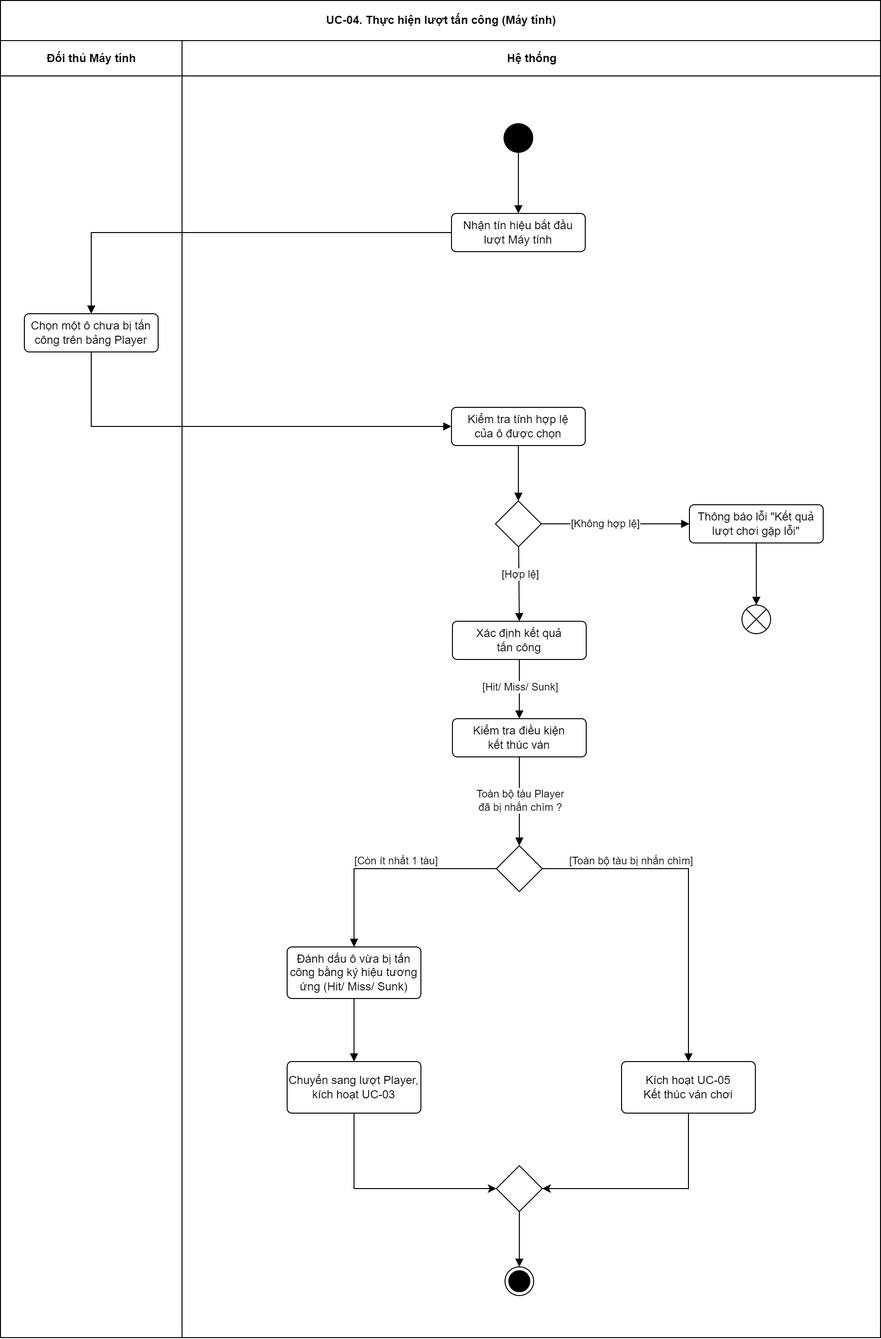
50nwoS-TVLA/CNPM_Thu3Ca1TH_Thu2Ca2LT_Nhom3_BaiTap2 keeps this draw.io diagram as document/activity-diagram/UC-04-activity-diagram.png. Above is the earlier version. Source tidied: cells renumbered, new cells last; positions are measured from the earlier drawing's top-left corner, leaving out a move shared by most shapes.
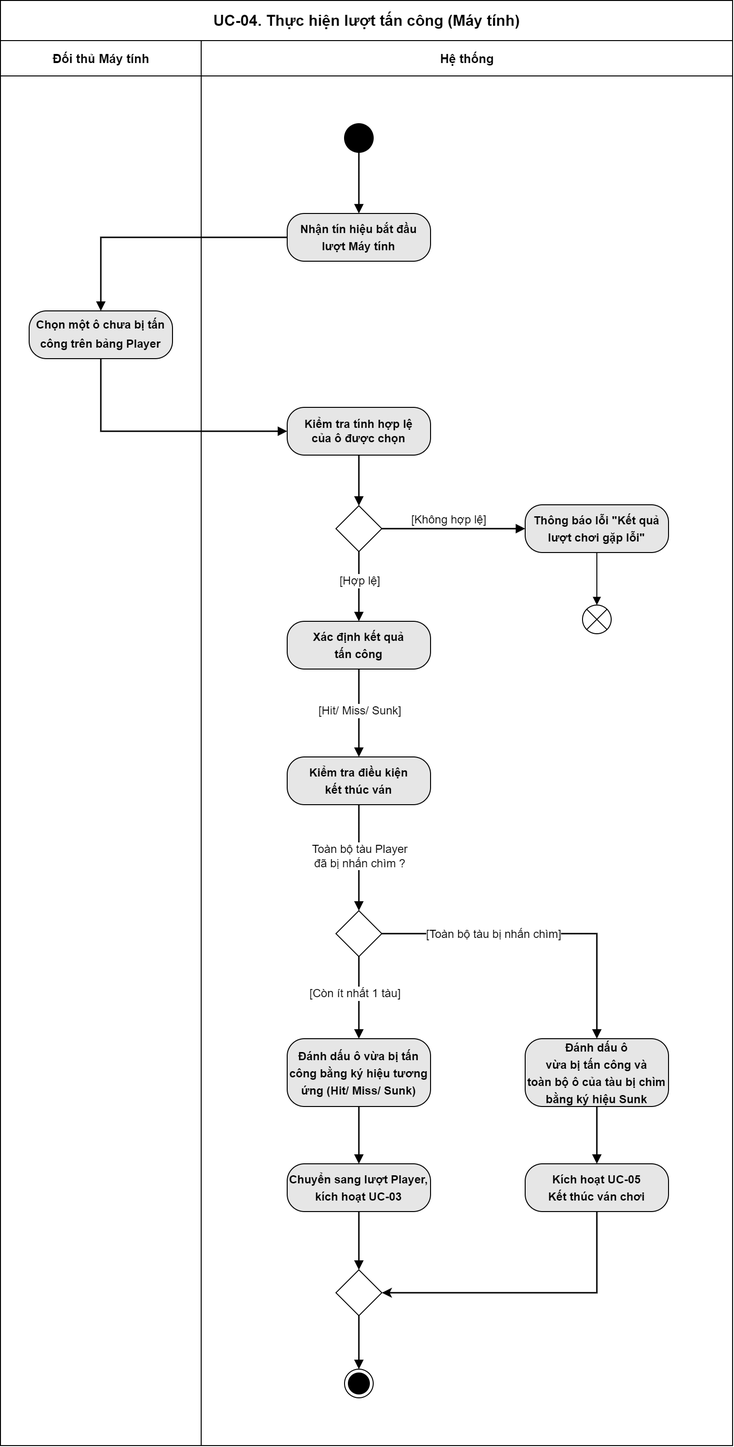
After the commit.

Change to the diagram source:
```diff
@@ -2,128 +2,136 @@
   <root>
     <mxCell id="0" />
     <mxCell id="1" parent="0" />
-    <mxCell id="2" value="UC-04. Thực hiện lượt tấn công (Máy tính)" style="swimlane;startSize=42;html=1;" parent="1" vertex="1">
-      <mxGeometry width="921" height="1400" as="geometry" />
+    <mxCell id="2" value="&lt;font style=&quot;font-size: 16px;&quot;&gt;UC-04. Thực hiện lượt tấn công (Máy tính)&lt;/font&gt;" style="swimlane;startSize=42;html=1;" parent="1" vertex="1">
+      <mxGeometry width="766" height="1513" as="geometry" />
     </mxCell>
-    <mxCell id="3" value="Đối thủ Máy tính" style="swimlane;startSize=37;html=1;swimlaneFillColor=default;" parent="2" vertex="1">
-      <mxGeometry y="42" width="190" height="1358" as="geometry" />
+    <mxCell id="3" value="&lt;font style=&quot;font-size: 13px;&quot;&gt;Đối thủ Máy tính&lt;/font&gt;" style="swimlane;startSize=37;html=1;swimlaneFillColor=default;" parent="2" vertex="1">
+      <mxGeometry y="42" width="210" height="1471" as="geometry" />
     </mxCell>
-    <mxCell id="4" value="&lt;p&gt;Chọn một ô chưa bị tấn công trên bảng Player&lt;/p&gt;" style="html=1;align=center;verticalAlign=middle;rounded=1;absoluteArcSize=1;arcSize=10;dashed=0;whiteSpace=wrap;" parent="3" vertex="1">
-      <mxGeometry x="25" y="286" width="140" height="40" as="geometry" />
+    <mxCell id="4" value="&lt;p style=&quot;line-height: 160%;&quot;&gt;Chọn một ô chưa bị tấn công trên bảng Player&lt;/p&gt;" style="html=1;align=center;verticalAlign=middle;rounded=1;absoluteArcSize=1;arcSize=36;dashed=0;whiteSpace=wrap;fillColor=#E6E6E6;fontStyle=1;fontFamily=Helvetica;fontSize=12;autosizeText=0;labelBackgroundColor=none;fontColor=default;" parent="3" vertex="1">
+      <mxGeometry x="30" y="283" width="150" height="50" as="geometry" />
     </mxCell>
-    <mxCell id="5" value="Hệ thống" style="swimlane;startSize=37;html=1;swimlaneFillColor=default;" parent="2" vertex="1">
-      <mxGeometry x="190" y="42" width="731" height="1358" as="geometry" />
+    <mxCell id="5" value="&lt;font style=&quot;font-size: 13px;&quot;&gt;Hệ thống&lt;/font&gt;" style="swimlane;startSize=37;html=1;swimlaneFillColor=default;" parent="2" vertex="1">
+      <mxGeometry x="210" y="42" width="556" height="1471" as="geometry" />
     </mxCell>
     <mxCell id="6" style="ellipse;fillColor=strokeColor;html=1;" parent="5" vertex="1">
-      <mxGeometry x="337" y="87" width="30" height="30" as="geometry" />
+      <mxGeometry x="150" y="87" width="30" height="30" as="geometry" />
     </mxCell>
     <mxCell id="7" style="shape=sumEllipse;perimeter=ellipsePerimeter;html=1;backgroundOutline=1;" parent="5" vertex="1">
-      <mxGeometry x="586" y="591" width="30" height="30" as="geometry" />
+      <mxGeometry x="399" y="591" width="30" height="30" as="geometry" />
     </mxCell>
-    <mxCell id="8" value="&lt;p&gt;Thông báo lỗi &quot;Kết quả lượt chơi gặp lỗi&quot;&lt;/p&gt;" style="html=1;align=center;verticalAlign=middle;rounded=1;absoluteArcSize=1;arcSize=10;dashed=0;whiteSpace=wrap;" parent="5" vertex="1">
-      <mxGeometry x="531" y="486" width="140" height="40" as="geometry" />
+    <mxCell id="8" value="&lt;p style=&quot;line-height: 150%;&quot;&gt;Thông báo lỗi &quot;Kết quả lượt chơi gặp lỗi&quot;&lt;/p&gt;" style="html=1;align=center;verticalAlign=middle;rounded=1;absoluteArcSize=1;arcSize=36;dashed=0;whiteSpace=wrap;fillColor=#E6E6E6;fontStyle=1;fontFamily=Helvetica;fontSize=12;autosizeText=0;labelBackgroundColor=none;" parent="5" vertex="1">
+      <mxGeometry x="339" y="486" width="150" height="50" as="geometry" />
     </mxCell>
     <mxCell id="9" style="rounded=0;jettySize=auto;html=1;entryX=0.5;entryY=0;entryDx=0;entryDy=0;endArrow=block;endFill=1;exitX=0.5;exitY=1;exitDx=0;exitDy=0;" parent="5" edge="1" source="8" target="7">
       <mxGeometry relative="1" as="geometry" />
     </mxCell>
     <mxCell id="10" style="rhombus;whiteSpace=wrap;html=1;" parent="5" vertex="1">
-      <mxGeometry x="328" y="482" width="48" height="48" as="geometry" />
+      <mxGeometry x="141" y="487" width="48" height="48" as="geometry" />
     </mxCell>
-    <mxCell id="11" style="rounded=0;jettySize=auto;html=1;entryX=0;entryY=0.5;entryDx=0;entryDy=0;endArrow=block;endFill=1;" parent="5" edge="1" source="10" target="8">
+    <mxCell id="11" style="rounded=0;jettySize=auto;html=1;entryX=0;entryY=0.5;entryDx=0;entryDy=0;endArrow=block;endFill=1;strokeWidth=1.5;" parent="5" edge="1" source="10" target="8">
       <mxGeometry relative="1" as="geometry" />
     </mxCell>
-    <mxCell id="12" value="[Không hợp lệ]" style="edgeLabel;html=1;align=center;verticalAlign=middle;" parent="11" vertex="1">
+    <mxCell id="12" value="[Không hợp lệ]" style="edgeLabel;html=1;align=center;verticalAlign=middle;fontSize=12;fontStyle=0;" parent="11" vertex="1">
       <mxGeometry x="-0.2" y="-1" relative="1" as="geometry">
-        <mxPoint x="3" y="-2" as="offset" />
+        <mxPoint x="9" y="-11" as="offset" />
       </mxGeometry>
     </mxCell>
-    <mxCell id="13" value="Xác định kết quả &lt;br&gt;tấn công" style="html=1;align=center;verticalAlign=middle;rounded=1;absoluteArcSize=1;arcSize=10;dashed=0;whiteSpace=wrap;" parent="5" vertex="1">
-      <mxGeometry x="283" y="608" width="140" height="40" as="geometry" />
+    <mxCell id="13" value="&lt;div style=&quot;line-height: 150%;&quot;&gt;Xác định kết quả &lt;br&gt;tấn công&lt;/div&gt;" style="html=1;align=center;verticalAlign=middle;rounded=1;absoluteArcSize=1;arcSize=36;dashed=0;whiteSpace=wrap;fillColor=#E6E6E6;fontStyle=1;fontFamily=Helvetica;fontSize=12;autosizeText=0;labelBackgroundColor=none;" parent="5" vertex="1">
+      <mxGeometry x="90" y="608" width="150" height="50" as="geometry" />
     </mxCell>
-    <mxCell id="14" style="rounded=0;jettySize=auto;html=1;entryX=0.5;entryY=0;entryDx=0;entryDy=0;endArrow=block;endFill=1;" parent="5" edge="1" source="10" target="13">
+    <mxCell id="14" style="rounded=0;jettySize=auto;html=1;entryX=0.5;entryY=0;entryDx=0;entryDy=0;endArrow=block;endFill=1;strokeWidth=1.5;" parent="5" edge="1" source="10" target="13">
       <mxGeometry relative="1" as="geometry" />
     </mxCell>
-    <mxCell id="15" value="[Hợp lệ]" style="edgeLabel;html=1;align=center;verticalAlign=middle;" parent="14" vertex="1">
-      <mxGeometry x="-0.31" relative="1" as="geometry" />
+    <mxCell id="15" value="[Hợp lệ]" style="edgeLabel;html=1;align=center;verticalAlign=middle;fontSize=12;fontStyle=0;" parent="14" vertex="1">
+      <mxGeometry x="-0.31" relative="1" as="geometry">
+        <mxPoint y="5" as="offset" />
+      </mxGeometry>
     </mxCell>
     <mxCell id="16" style="rhombus;whiteSpace=wrap;html=1;" parent="5" vertex="1">
-      <mxGeometry x="329" y="843" width="48" height="48" as="geometry" />
+      <mxGeometry x="141" y="911" width="48" height="48" as="geometry" />
     </mxCell>
-    <mxCell id="17" style="rounded=0;jettySize=auto;html=1;exitX=1;exitY=0.5;exitDx=0;exitDy=0;endArrow=block;endFill=1;entryX=0.5;entryY=0;entryDx=0;entryDy=0;edgeStyle=orthogonalEdgeStyle;" parent="5" edge="1" source="16" target="32">
+    <mxCell id="17" style="rounded=0;jettySize=auto;html=1;exitX=1;exitY=0.5;exitDx=0;exitDy=0;endArrow=block;endFill=1;entryX=0.5;entryY=0;entryDx=0;entryDy=0;edgeStyle=orthogonalEdgeStyle;strokeWidth=1.5;" parent="5" edge="1" source="16" target="36">
       <mxGeometry relative="1" as="geometry" />
     </mxCell>
-    <mxCell id="18" value="[Toàn bộ tàu bị nhấn chìm]" style="edgeLabel;html=1;align=center;verticalAlign=middle;" parent="17" vertex="1">
+    <mxCell id="18" value="[Toàn bộ tàu bị nhấn chìm]" style="edgeLabel;html=1;align=center;verticalAlign=middle;fontSize=12;fontStyle=0;" parent="17" vertex="1">
       <mxGeometry x="-0.5" y="3" relative="1" as="geometry">
-        <mxPoint x="2" y="-6" as="offset" />
+        <mxPoint x="31" y="3" as="offset" />
       </mxGeometry>
     </mxCell>
-    <mxCell id="19" style="rounded=0;jettySize=auto;html=1;entryX=0.5;entryY=0;entryDx=0;entryDy=0;endArrow=block;endFill=1;exitX=0;exitY=0.5;exitDx=0;exitDy=0;edgeStyle=orthogonalEdgeStyle;" parent="5" edge="1" source="16" target="27">
+    <mxCell id="19" style="rounded=0;jettySize=auto;html=1;entryX=0.5;entryY=0;entryDx=0;entryDy=0;endArrow=block;endFill=1;exitX=0.5;exitY=1;exitDx=0;exitDy=0;strokeWidth=1.5;" parent="5" edge="1" source="16" target="27">
       <mxGeometry relative="1" as="geometry" />
     </mxCell>
-    <mxCell id="20" value="[Còn ít nhất 1 tàu]" style="edgeLabel;html=1;align=center;verticalAlign=middle;" parent="19" vertex="1">
+    <mxCell id="20" value="[Còn ít nhất 1 tàu]" style="edgeLabel;html=1;align=center;verticalAlign=middle;fontSize=12;fontStyle=0;" parent="19" vertex="1">
       <mxGeometry x="-0.23" y="-1" relative="1" as="geometry">
-        <mxPoint x="-16" y="-8" as="offset" />
+        <mxPoint x="-4" y="5" as="offset" />
       </mxGeometry>
     </mxCell>
-    <mxCell id="21" style="rounded=0;jettySize=auto;html=1;entryX=0.5;entryY=0;entryDx=0;entryDy=0;endArrow=block;endFill=1;" parent="5" edge="1" source="23" target="16">
+    <mxCell id="21" style="rounded=0;jettySize=auto;html=1;entryX=0.5;entryY=0;entryDx=0;entryDy=0;endArrow=block;endFill=1;strokeWidth=1.5;" parent="5" edge="1" source="23" target="16">
       <mxGeometry relative="1" as="geometry" />
     </mxCell>
-    <mxCell id="22" value="Toàn bộ tàu Player &lt;br&gt;đã bị nhấn chìm ?" style="edgeLabel;html=1;align=center;verticalAlign=middle;" parent="21" vertex="1">
+    <mxCell id="22" value="Toàn bộ tàu Player &lt;br&gt;đã bị nhấn chìm ?" style="edgeLabel;html=1;align=center;verticalAlign=middle;fontSize=12;fontStyle=0;" parent="21" vertex="1">
       <mxGeometry x="-0.05" relative="1" as="geometry" />
     </mxCell>
-    <mxCell id="23" value="Kiểm tra điều kiện &lt;br&gt;kết thúc ván" style="html=1;align=center;verticalAlign=middle;rounded=1;absoluteArcSize=1;arcSize=10;dashed=0;whiteSpace=wrap;" parent="5" vertex="1">
-      <mxGeometry x="283" y="710" width="140" height="40" as="geometry" />
+    <mxCell id="23" value="&lt;div style=&quot;line-height: 150%;&quot;&gt;Kiểm tra điều kiện &lt;br&gt;kết thúc ván&lt;/div&gt;" style="html=1;align=center;verticalAlign=middle;rounded=1;absoluteArcSize=1;arcSize=36;dashed=0;whiteSpace=wrap;fillColor=#E6E6E6;fontStyle=1;fontFamily=Helvetica;fontSize=12;autosizeText=0;labelBackgroundColor=none;" parent="5" vertex="1">
+      <mxGeometry x="90" y="750" width="150" height="50" as="geometry" />
     </mxCell>
-    <mxCell id="24" style="rounded=0;jettySize=auto;html=1;entryX=0.5;entryY=0;entryDx=0;entryDy=0;endArrow=block;endFill=1;" parent="5" edge="1" source="13" target="23">
+    <mxCell id="24" style="rounded=0;jettySize=auto;html=1;entryX=0.5;entryY=0;entryDx=0;entryDy=0;endArrow=block;endFill=1;strokeWidth=1.5;" parent="5" edge="1" source="13" target="23">
       <mxGeometry relative="1" as="geometry" />
     </mxCell>
-    <mxCell id="25" value="[Hit/ Miss/ Sunk]" style="edgeLabel;html=1;align=center;verticalAlign=middle;" parent="24" vertex="1">
+    <mxCell id="25" value="[Hit/ Miss/ Sunk]" style="edgeLabel;html=1;align=center;verticalAlign=middle;fontSize=12;fontStyle=0;" parent="24" vertex="1">
       <mxGeometry x="-0.08" relative="1" as="geometry" />
     </mxCell>
-    <mxCell id="26" style="edgeStyle=orthogonalEdgeStyle;rounded=0;jettySize=auto;html=1;entryX=0.5;entryY=0;entryDx=0;entryDy=0;endArrow=block;endFill=1;" parent="5" edge="1" source="27" target="34">
+    <mxCell id="26" style="edgeStyle=orthogonalEdgeStyle;rounded=0;jettySize=auto;html=1;entryX=0.5;entryY=0;entryDx=0;entryDy=0;endArrow=block;endFill=1;strokeWidth=1.5;" parent="5" edge="1" source="27" target="34">
       <mxGeometry relative="1" as="geometry" />
     </mxCell>
-    <mxCell id="27" value="Đánh dấu ô vừa bị tấn công bằng ký hiệu tương ứng (Hit/ Miss/ Sunk)" style="html=1;align=center;verticalAlign=middle;rounded=1;absoluteArcSize=1;arcSize=10;dashed=0;whiteSpace=wrap;" parent="5" vertex="1">
-      <mxGeometry x="110" y="949" width="140" height="54" as="geometry" />
+    <mxCell id="27" value="&lt;div style=&quot;line-height: 150%;&quot;&gt;Đánh dấu ô vừa bị tấn công bằng ký hiệu tương ứng (Hit/ Miss/ Sunk)&lt;/div&gt;" style="html=1;align=center;verticalAlign=middle;rounded=1;absoluteArcSize=1;arcSize=36;dashed=0;whiteSpace=wrap;fillColor=#E6E6E6;fontStyle=1;fontFamily=Helvetica;fontSize=12;autosizeText=0;labelBackgroundColor=none;" parent="5" vertex="1">
+      <mxGeometry x="90" y="1045" width="150" height="71" as="geometry" />
     </mxCell>
     <mxCell id="28" style="ellipse;html=1;shape=endState;fillColor=strokeColor;" parent="5" vertex="1">
-      <mxGeometry x="338" y="1284" width="30" height="30" as="geometry" />
+      <mxGeometry x="150" y="1391" width="30" height="30" as="geometry" />
     </mxCell>
     <mxCell id="29" style="rhombus;whiteSpace=wrap;html=1;" parent="5" vertex="1">
-      <mxGeometry x="329" y="1178" width="48" height="48" as="geometry" />
+      <mxGeometry x="141" y="1287" width="48" height="48" as="geometry" />
     </mxCell>
-    <mxCell id="30" style="rounded=0;jettySize=auto;html=1;entryX=0.5;entryY=0;entryDx=0;entryDy=0;endArrow=block;endFill=1;" parent="5" edge="1" source="29" target="28">
+    <mxCell id="30" style="rounded=0;jettySize=auto;html=1;entryX=0.5;entryY=0;entryDx=0;entryDy=0;endArrow=block;endFill=1;strokeWidth=1.5;" parent="5" edge="1" source="29" target="28">
       <mxGeometry relative="1" as="geometry" />
     </mxCell>
-    <mxCell id="31" style="rounded=0;jettySize=auto;html=1;entryX=1;entryY=0.5;entryDx=0;entryDy=0;exitX=0.5;exitY=1;exitDx=0;exitDy=0;edgeStyle=orthogonalEdgeStyle;" parent="5" edge="1" source="32" target="29">
+    <mxCell id="31" style="rounded=0;jettySize=auto;html=1;entryX=1;entryY=0.5;entryDx=0;entryDy=0;exitX=0.5;exitY=1;exitDx=0;exitDy=0;edgeStyle=orthogonalEdgeStyle;strokeWidth=1.5;" parent="5" edge="1" source="32" target="29">
       <mxGeometry relative="1" as="geometry" />
     </mxCell>
-    <mxCell id="32" value="Kích hoạt UC-05&lt;br&gt;Kết thúc ván chơi" style="html=1;align=center;verticalAlign=middle;rounded=1;absoluteArcSize=1;arcSize=10;dashed=0;whiteSpace=wrap;" parent="5" vertex="1">
-      <mxGeometry x="460" y="1069" width="140" height="54" as="geometry" />
+    <mxCell id="32" value="&lt;div style=&quot;line-height: 150%;&quot;&gt;Kích hoạt UC-05&lt;br&gt;Kết thúc ván chơi&lt;/div&gt;" style="html=1;align=center;verticalAlign=middle;rounded=1;absoluteArcSize=1;arcSize=36;dashed=0;whiteSpace=wrap;fillColor=#E6E6E6;fontStyle=1;fontFamily=Helvetica;fontSize=12;autosizeText=0;labelBackgroundColor=none;" parent="5" vertex="1">
+      <mxGeometry x="339" y="1176" width="150" height="50" as="geometry" />
     </mxCell>
-    <mxCell id="33" style="edgeStyle=orthogonalEdgeStyle;rounded=0;jettySize=auto;html=1;entryX=0;entryY=0.5;entryDx=0;entryDy=0;exitX=0.5;exitY=1;exitDx=0;exitDy=0;" parent="5" edge="1" source="34" target="29">
+    <mxCell id="33" style="rounded=0;jettySize=auto;html=1;entryX=0.5;entryY=0;entryDx=0;entryDy=0;exitX=0.5;exitY=1;exitDx=0;exitDy=0;strokeWidth=1.5;endArrow=block;endFill=1;" parent="5" edge="1" source="34" target="29">
       <mxGeometry relative="1" as="geometry" />
     </mxCell>
-    <mxCell id="34" value="Chuyển sang lượt Player, kích hoạt UC-03" style="html=1;align=center;verticalAlign=middle;rounded=1;absoluteArcSize=1;arcSize=10;dashed=0;whiteSpace=wrap;" parent="5" vertex="1">
-      <mxGeometry x="110" y="1069" width="140" height="54" as="geometry" />
+    <mxCell id="34" value="&lt;div style=&quot;line-height: 150%;&quot;&gt;Chuyển sang lượt Player, kích hoạt UC-03&lt;/div&gt;" style="html=1;align=center;verticalAlign=middle;rounded=1;absoluteArcSize=1;arcSize=36;dashed=0;whiteSpace=wrap;fillColor=#E6E6E6;fontStyle=1;fontFamily=Helvetica;fontSize=12;autosizeText=0;labelBackgroundColor=none;" parent="5" vertex="1">
+      <mxGeometry x="90" y="1176" width="150" height="50" as="geometry" />
     </mxCell>
-    <mxCell id="35" style="rounded=0;jettySize=auto;html=1;entryX=0;entryY=0.5;entryDx=0;entryDy=0;endArrow=block;endFill=1;exitX=0.5;exitY=1;exitDx=0;exitDy=0;edgeStyle=orthogonalEdgeStyle;" parent="1" edge="1" source="4" target="39">
+    <mxCell id="35" style="edgeStyle=orthogonalEdgeStyle;rounded=0;jettySize=auto;html=1;entryX=0.5;entryY=0;entryDx=0;entryDy=0;strokeWidth=1.5;endArrow=block;endFill=1;" parent="5" edge="1" source="36" target="32">
       <mxGeometry relative="1" as="geometry" />
     </mxCell>
-    <mxCell id="36" value="&lt;p&gt;Nhận tín hiệu bắt đầu lượt Máy tính&lt;/p&gt;" style="html=1;align=center;verticalAlign=middle;rounded=1;absoluteArcSize=1;arcSize=10;dashed=0;whiteSpace=wrap;" parent="1" vertex="1">
-      <mxGeometry x="472" y="223" width="140" height="40" as="geometry" />
+    <mxCell id="36" value="&lt;div style=&quot;line-height: 150%;&quot;&gt;Đánh dấu ô &lt;br&gt;vừa bị tấn công và &lt;br&gt;toàn bộ ô của tàu bị chìm &lt;br&gt;bằng ký hiệu Sunk&lt;/div&gt;" style="html=1;align=center;verticalAlign=middle;rounded=1;absoluteArcSize=1;arcSize=36;dashed=0;whiteSpace=wrap;fillColor=#E6E6E6;fontStyle=1;fontFamily=Helvetica;fontSize=12;autosizeText=0;labelBackgroundColor=none;" parent="5" vertex="1">
+      <mxGeometry x="339" y="1045" width="150" height="71" as="geometry" />
     </mxCell>
-    <mxCell id="37" style="rounded=0;jettySize=auto;html=1;entryX=0.5;entryY=0;entryDx=0;entryDy=0;endArrow=block;endFill=1;exitX=0.5;exitY=1;exitDx=0;exitDy=0;" parent="1" edge="1" source="6" target="36">
+    <mxCell id="37" style="rounded=0;jettySize=auto;html=1;entryX=0;entryY=0.5;entryDx=0;entryDy=0;endArrow=block;endFill=1;exitX=0.5;exitY=1;exitDx=0;exitDy=0;edgeStyle=orthogonalEdgeStyle;strokeWidth=1.5;" parent="1" edge="1" source="4" target="41">
       <mxGeometry relative="1" as="geometry" />
     </mxCell>
-    <mxCell id="38" style="rounded=0;jettySize=auto;html=1;entryX=0.5;entryY=0;entryDx=0;entryDy=0;endArrow=block;endFill=1;" parent="1" edge="1" source="39" target="10">
-      <mxGeometry relative="1" as="geometry" />
+    <mxCell id="38" value="&lt;p style=&quot;line-height: 150%;&quot;&gt;Nhận tín hiệu bắt đầu lượt Máy tính&lt;/p&gt;" style="html=1;align=center;verticalAlign=middle;rounded=1;absoluteArcSize=1;arcSize=36;dashed=0;whiteSpace=wrap;fillColor=#E6E6E6;fontStyle=1;fontFamily=Helvetica;fontSize=12;autosizeText=0;labelBackgroundColor=none;fontColor=default;" parent="1" vertex="1">
+      <mxGeometry x="300" y="223" width="150" height="50" as="geometry" />
     </mxCell>
-    <mxCell id="39" value="&lt;p&gt;Kiểm tra tính hợp lệ &lt;br&gt;của ô được chọn&lt;/p&gt;" style="html=1;align=center;verticalAlign=middle;rounded=1;absoluteArcSize=1;arcSize=10;dashed=0;whiteSpace=wrap;" parent="1" vertex="1">
-      <mxGeometry x="472" y="426" width="140" height="40" as="geometry" />
+    <mxCell id="39" style="rounded=0;jettySize=auto;html=1;entryX=0.5;entryY=0;entryDx=0;entryDy=0;endArrow=block;endFill=1;exitX=0.5;exitY=1;exitDx=0;exitDy=0;strokeWidth=1.5;" parent="1" edge="1" source="6" target="38">
+      <mxGeometry relative="1" as="geometry" />
     </mxCell>
-    <mxCell id="40" style="rounded=0;jettySize=auto;html=1;entryX=0;entryY=0.5;entryDx=0;entryDy=0;strokeColor=default;align=center;verticalAlign=middle;fontFamily=Helvetica;fontSize=11;fontColor=default;labelBackgroundColor=default;endArrow=none;endFill=0;strokeWidth=1;startArrow=block;startFill=1;edgeStyle=orthogonalEdgeStyle;exitX=0.5;exitY=0;exitDx=0;exitDy=0;" parent="1" edge="1" source="4" target="36">
+    <mxCell id="40" style="rounded=0;jettySize=auto;html=1;entryX=0.5;entryY=0;entryDx=0;entryDy=0;endArrow=block;endFill=1;strokeWidth=1.5;" parent="1" edge="1" source="41" target="10">
       <mxGeometry relative="1" as="geometry" />
     </mxCell>
+    <mxCell id="41" value="&lt;p&gt;Kiểm tra tính hợp lệ &lt;br&gt;của ô được chọn&lt;/p&gt;" style="html=1;align=center;verticalAlign=middle;rounded=1;absoluteArcSize=1;arcSize=36;dashed=0;whiteSpace=wrap;fillColor=#E6E6E6;fontStyle=1;fontFamily=Helvetica;fontSize=12;autosizeText=0;labelBackgroundColor=none;" parent="1" vertex="1">
+      <mxGeometry x="300" y="426" width="150" height="50" as="geometry" />
+    </mxCell>
+    <mxCell id="42" style="rounded=0;jettySize=auto;html=1;entryX=0;entryY=0.5;entryDx=0;entryDy=0;strokeColor=default;align=center;verticalAlign=middle;fontFamily=Helvetica;fontSize=11;fontColor=default;labelBackgroundColor=default;endArrow=none;endFill=0;strokeWidth=1.5;startArrow=block;startFill=1;edgeStyle=orthogonalEdgeStyle;exitX=0.5;exitY=0;exitDx=0;exitDy=0;" parent="1" edge="1" source="4" target="38">
+      <mxGeometry relative="1" as="geometry" />
+    </mxCell>
   </root>
 </mxGraphModel>
```
